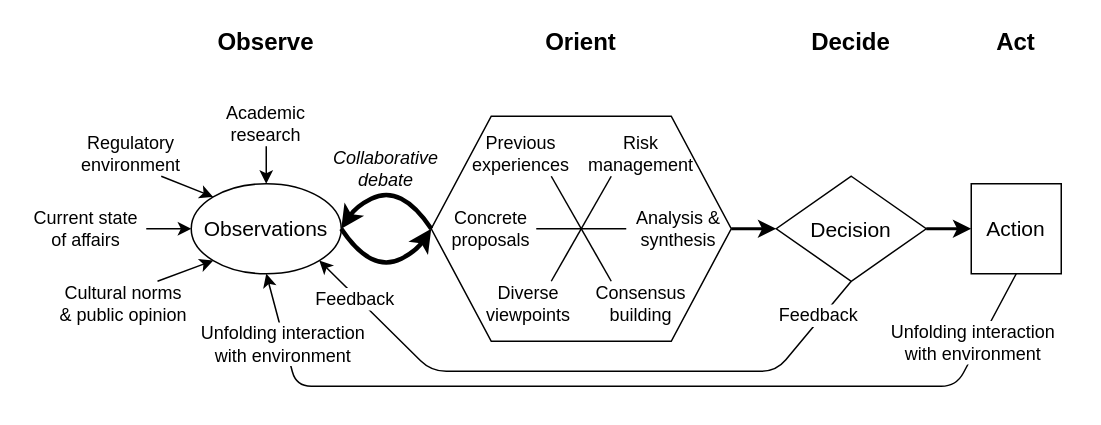
Earlier version of the draw.io diagram dfds/OODA-loop.drawio (kkredit/confronting-wicked-crypto). Source tidied: cells renumbered, new cells numbered last; positions are measured from the earlier drawing's top-left corner, leaving out a move shared by most shapes. Both pictures are drawn from the tidied source at 150%, with x=0, y=0 at pixel (26, 26).
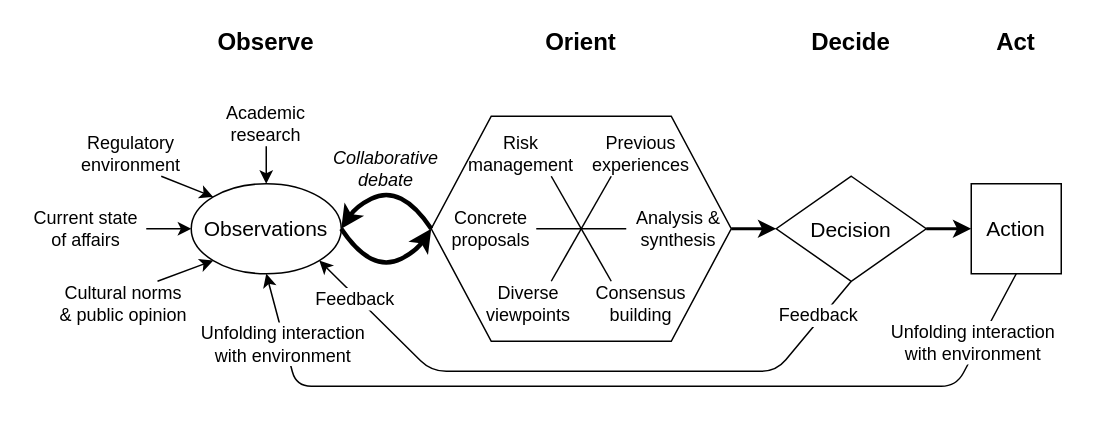
The same page after the edit.

Commit message (it also covers changes not shown here):
Refine OODA proposal

The edit, as a diff of the source:
```diff
@@
-    <mxCell id="17" value="Risk management" style="text;html=1;strokeColor=none;fillColor=none;align=center;verticalAlign=middle;whiteSpace=wrap;rounded=0;fontSize=12;" parent="1" vertex="1">
+    <mxCell id="17" value="Previous experiences" style="text;html=1;strokeColor=none;fillColor=none;align=center;verticalAlign=middle;whiteSpace=wrap;rounded=0;fontSize=12;" parent="1" vertex="1">
       <mxGeometry x="370" y="70" width="80" height="30" as="geometry" />
     </mxCell>
@@
-    <mxCell id="20" value="Previous&lt;br&gt;experiences" style="text;html=1;strokeColor=none;fillColor=none;align=center;verticalAlign=middle;whiteSpace=wrap;rounded=0;fontSize=12;" parent="1" vertex="1">
+    <mxCell id="20" value="Risk management" style="text;html=1;strokeColor=none;fillColor=none;align=center;verticalAlign=middle;whiteSpace=wrap;rounded=0;fontSize=12;" parent="1" vertex="1">
       <mxGeometry x="290" y="70" width="80" height="30" as="geometry" />
     </mxCell>
```
